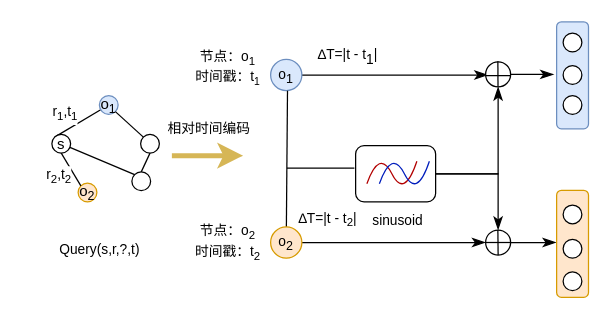
The draw.io diagram page "第 2 页" (2 of 3) of 时间编码.drawio in LNqwn/BISHE-GRAPH, before the edit. Source tidied: cells renumbered, new cells numbered last; positions are measured from the earlier drawing's top-left corner, leaving out a move shared by most shapes. Both pictures are drawn from the tidied source at 125%, with x=0, y=0 at pixel (21, 32).
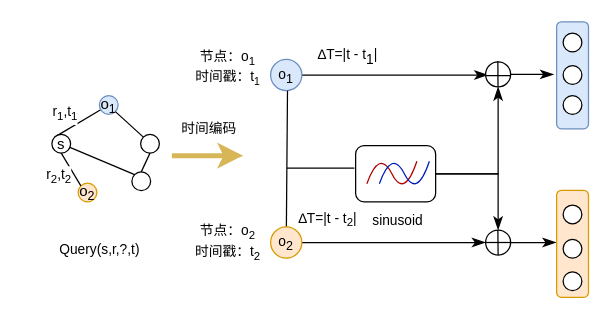
The same diagram, later.

Commit message:
更新时间编码.drawio

What changed in the source:
```diff
@@
-    <mxCell id="48" value="相对时间编码" style="text;html=1;align=center;verticalAlign=middle;whiteSpace=wrap;rounded=0;fontFamily=Helvetica;fontSize=11;fontColor=default;labelBackgroundColor=default;" parent="1" vertex="1">
+    <mxCell id="48" value="时间编码" style="text;html=1;align=center;verticalAlign=middle;whiteSpace=wrap;rounded=0;fontFamily=Helvetica;fontSize=11;fontColor=default;labelBackgroundColor=default;" parent="1" vertex="1">
       <mxGeometry x="113" y="61" width="74" height="30" as="geometry" />
     </mxCell>
```
